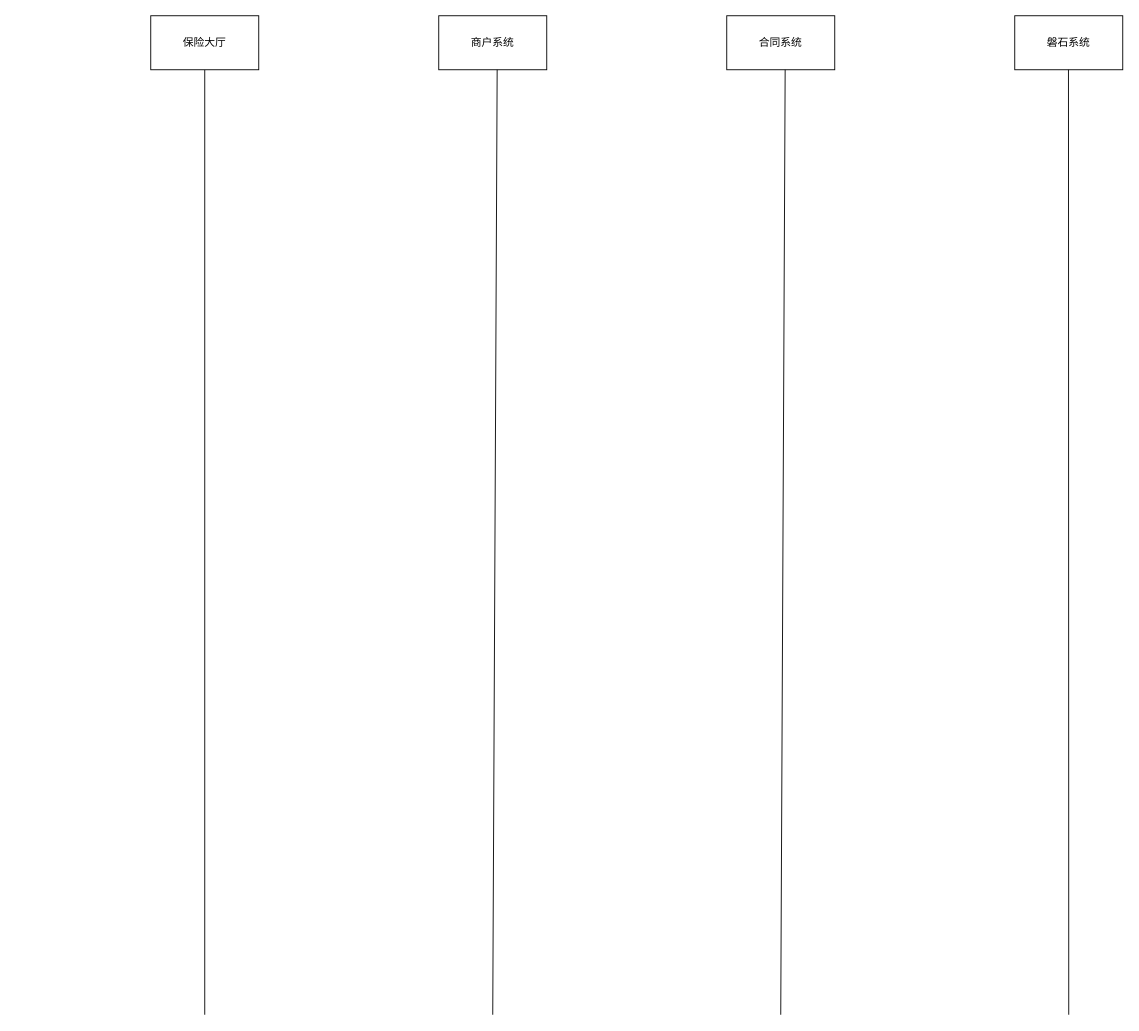
This is 单个上保险.drawio from rexlin600/diagrams, a draw.io file, before an edit. Source tidied: cells renumbered, new cells numbered last; positions are measured from the earlier drawing's top-left corner, leaving out a move shared by most shapes. Both pictures are drawn from the tidied source at 90%, with x=0, y=0 at pixel (150, 15).
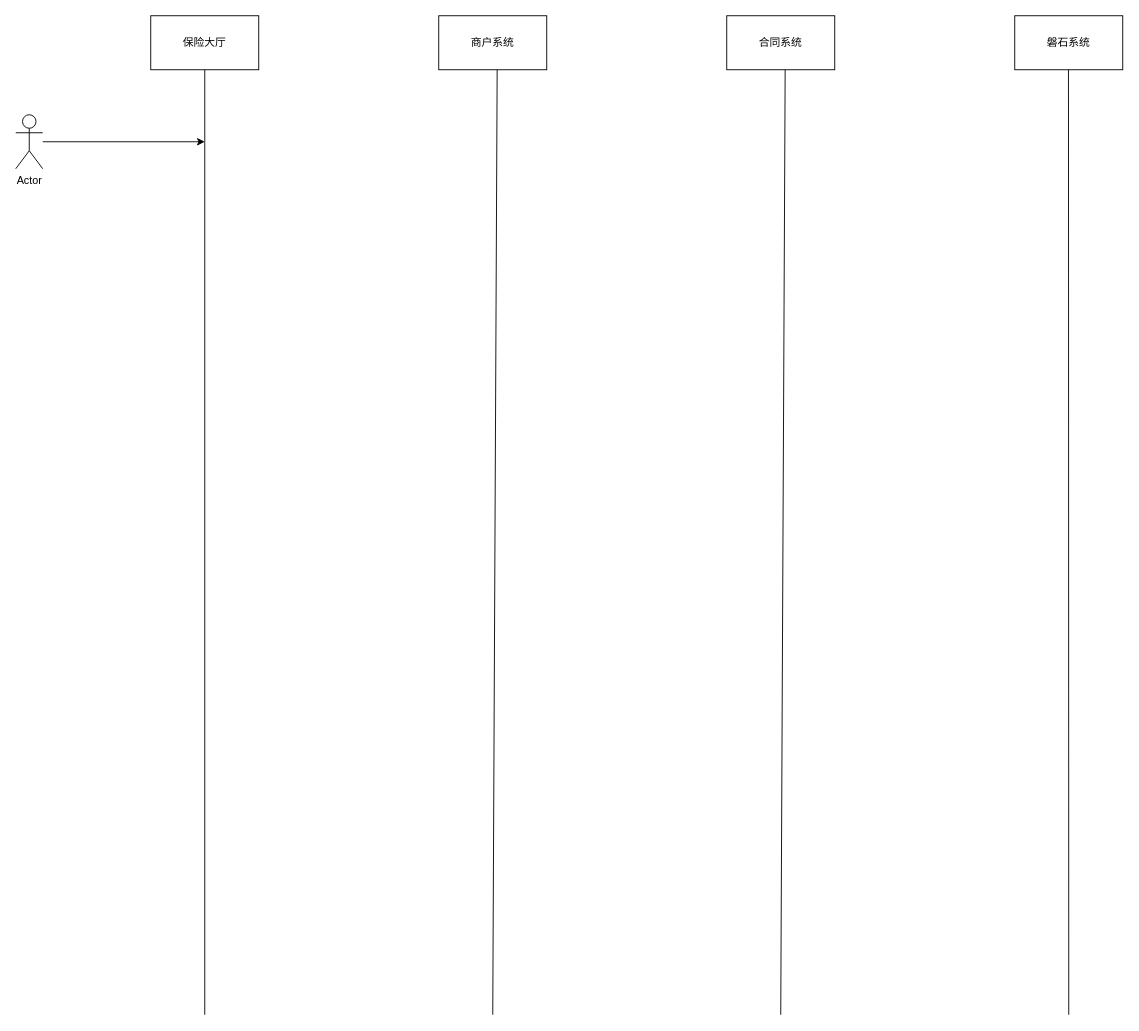
Above is the later version.

Commit message (it also covers changes not shown here):
Update 单个上保险.drawio

Change to the diagram source:
```diff
@@
 <mxGraphModel>
   <root>
     <mxCell id="0" />
     <mxCell id="1" parent="0" />
     <mxCell id="2" style="rounded=0;jettySize=auto;html=1;strokeWidth=1;endArrow=none;endFill=0;" parent="1" edge="1" source="3">
       <mxGeometry relative="1" as="geometry">
         <mxPoint x="60" y="1110" as="targetPoint" />
       </mxGeometry>
     </mxCell>
     <mxCell id="3" value="保险大厅" style="rounded=0;whiteSpace=wrap;html=1;" parent="1" vertex="1">
       <mxGeometry width="120" height="60" as="geometry" />
     </mxCell>
     <mxCell id="4" value="商户系统" style="rounded=0;whiteSpace=wrap;html=1;" parent="1" vertex="1">
       <mxGeometry x="320" width="120" height="60" as="geometry" />
     </mxCell>
     <mxCell id="5" value="合同系统" style="rounded=0;whiteSpace=wrap;html=1;" parent="1" vertex="1">
       <mxGeometry x="640" width="120" height="60" as="geometry" />
     </mxCell>
     <mxCell id="6" value="磐石系统" style="rounded=0;whiteSpace=wrap;html=1;" parent="1" vertex="1">
       <mxGeometry x="960" width="120" height="60" as="geometry" />
     </mxCell>
     <mxCell id="7" style="rounded=0;orthogonalLoop=1;jettySize=auto;html=1;strokeWidth=1;endArrow=none;endFill=0;" parent="1" edge="1">
       <mxGeometry relative="1" as="geometry">
         <mxPoint x="384.9" y="60" as="sourcePoint" />
         <mxPoint x="380" y="1110" as="targetPoint" />
       </mxGeometry>
     </mxCell>
     <mxCell id="8" style="rounded=0;orthogonalLoop=1;jettySize=auto;html=1;strokeWidth=1;endArrow=none;endFill=0;" parent="1" edge="1">
       <mxGeometry relative="1" as="geometry">
         <mxPoint x="704.9" y="60" as="sourcePoint" />
         <mxPoint x="700" y="1110" as="targetPoint" />
       </mxGeometry>
     </mxCell>
     <mxCell id="9" style="rounded=0;orthogonalLoop=1;jettySize=auto;html=1;strokeWidth=1;endArrow=none;endFill=0;" parent="1" edge="1">
       <mxGeometry relative="1" as="geometry">
         <mxPoint x="1019.7" y="60" as="sourcePoint" />
         <mxPoint x="1020" y="1110" as="targetPoint" />
       </mxGeometry>
     </mxCell>
+    <mxCell id="10" style="edgeStyle=none;rounded=0;jettySize=auto;html=1;endArrow=classic;endFill=1;strokeWidth=1;" parent="1" edge="1" source="11">
+      <mxGeometry relative="1" as="geometry">
+        <mxPoint x="60" y="140" as="targetPoint" />
+      </mxGeometry>
+    </mxCell>
+    <mxCell id="11" value="Actor" style="shape=umlActor;verticalLabelPosition=bottom;verticalAlign=top;html=1;outlineConnect=0;" parent="1" vertex="1">
+      <mxGeometry x="-150" y="110" width="30" height="60" as="geometry" />
+    </mxCell>
   </root>
 </mxGraphModel>
```
